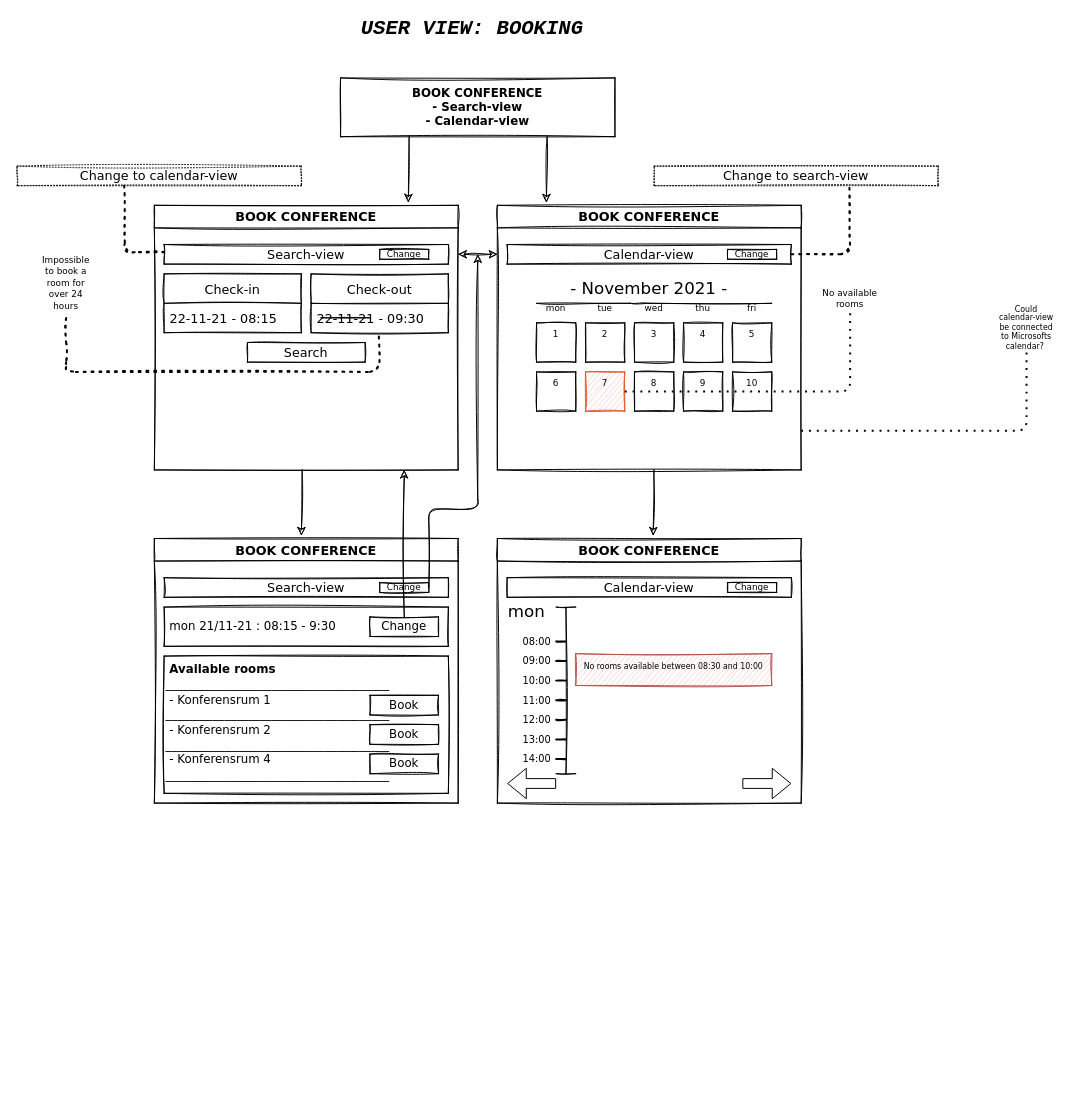
elizaadolfsson/KonferensProjekt_Diagrams keeps this draw.io diagram as Bokningsmeny.drawio. Above is the earlier version. Source tidied: cells renumbered, new cells numbered last; positions are measured from the earlier drawing's top-left corner, leaving out a move shared by most shapes. Both pictures are drawn from the tidied source at 98%, with x=0, y=0 at pixel (17, 19).
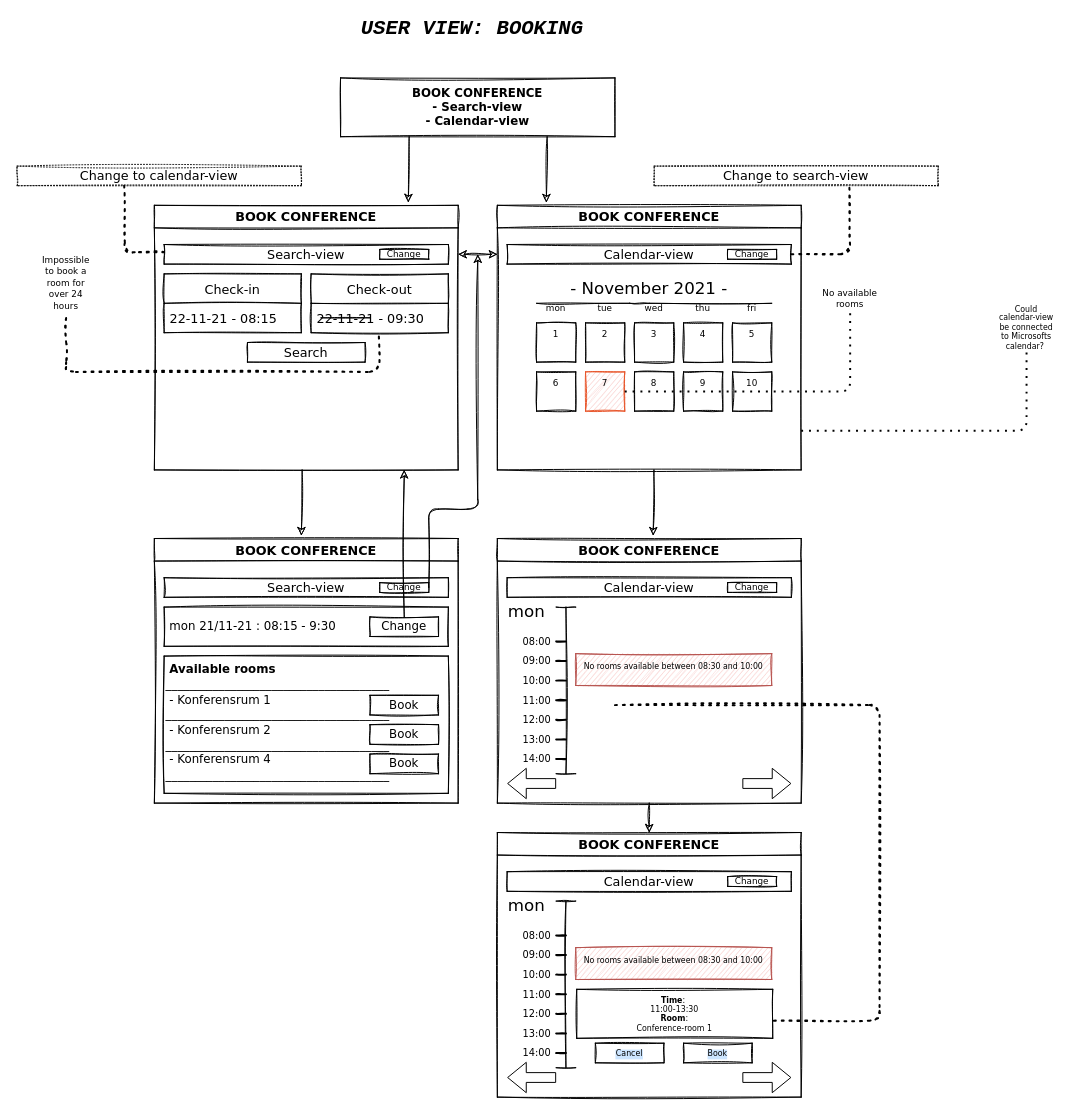
The same diagram, later.

The change refers to these unchanged cells:
```xml
<mxCell id="51" value="BOOK CONFERENCE" style="swimlane;fontFamily=Verdana;fontSize=13;rounded=0;sketch=1;" parent="1" vertex="1">
  <mxGeometry x="490" y="530" width="310" height="270" as="geometry" />
</mxCell>
```

Diff of the diagram source:
```diff
@@
+    <mxCell id="81" value="BOOK CONFERENCE" style="swimlane;fontFamily=Verdana;fontSize=13;rounded=0;sketch=1;" parent="1" vertex="1">
+      <mxGeometry x="490" y="830" width="310" height="270" as="geometry" />
+    </mxCell>
+    <mxCell id="82" value="Calendar-view" style="whiteSpace=wrap;html=1;fontFamily=Verdana;fontSize=13;rounded=0;sketch=1;" parent="81" vertex="1">
+      <mxGeometry x="10" y="40" width="290" height="20" as="geometry" />
+    </mxCell>
+    <mxCell id="83" value="Change" style="rounded=0;whiteSpace=wrap;html=1;sketch=1;fontFamily=Verdana;fontColor=#000000;align=center;verticalAlign=middle;fontSize=9;" parent="81" vertex="1">
+      <mxGeometry x="235" y="45" width="50" height="10" as="geometry" />
+    </mxCell>
+    <mxCell id="84" style="shape=flexArrow;endArrow=classic;html=1;rounded=1;sketch=0;fontFamily=Verdana;fontSize=17;fontColor=#000000;curved=0;" parent="81" edge="1">
+      <mxGeometry relative="1" as="geometry">
+        <mxPoint x="250" y="250" as="sourcePoint" />
+        <mxPoint x="300" y="250" as="targetPoint" />
+      </mxGeometry>
+    </mxCell>
+    <mxCell id="85" style="shape=flexArrow;endArrow=classic;html=1;rounded=1;sketch=0;fontFamily=Verdana;fontSize=17;fontColor=#000000;curved=0;" parent="81" edge="1">
+      <mxGeometry relative="1" as="geometry">
+        <mxPoint x="60" y="250" as="sourcePoint" />
+        <mxPoint x="10" y="250" as="targetPoint" />
+      </mxGeometry>
+    </mxCell>
+    <mxCell id="86" value="mon" style="text;html=1;strokeColor=none;fillColor=none;align=center;verticalAlign=middle;whiteSpace=wrap;rounded=0;sketch=1;fontFamily=Verdana;fontSize=17;fontColor=#000000;" parent="81" vertex="1">
+      <mxGeometry y="60" width="60" height="30" as="geometry" />
+    </mxCell>
+    <mxCell id="87" style="shape=crossbar;whiteSpace=wrap;html=1;rounded=1;direction=south;sketch=1;fontFamily=Verdana;fontSize=17;fontColor=#000000;strokeColor=#000000;fillColor=none;align=center;verticalAlign=top;labelBackgroundColor=none;" parent="81" vertex="1">
+      <mxGeometry x="60" y="70" width="20" height="170" as="geometry" />
+    </mxCell>
+    <mxCell id="88" style="line;strokeWidth=2;html=1;rounded=0;labelBackgroundColor=none;sketch=1;fontFamily=Verdana;fontSize=17;fontColor=#000000;fillColor=none;align=center;verticalAlign=top;fontStyle=0;" parent="81" vertex="1">
+      <mxGeometry x="60" y="100" width="10" height="10" as="geometry" />
+    </mxCell>
+    <mxCell id="89" value="08:00" style="text;strokeColor=none;fillColor=none;html=1;fontSize=10;fontStyle=0;verticalAlign=middle;align=center;rounded=0;labelBackgroundColor=none;sketch=1;fontFamily=Verdana;fontColor=#000000;" parent="81" vertex="1">
+      <mxGeometry x="20" y="97.5" width="40" height="15" as="geometry" />
+    </mxCell>
+    <mxCell id="90" style="line;strokeWidth=2;html=1;rounded=0;labelBackgroundColor=none;sketch=1;fontFamily=Verdana;fontSize=17;fontColor=#000000;fillColor=none;align=center;verticalAlign=top;fontStyle=0;" parent="81" vertex="1">
+      <mxGeometry x="60" y="120" width="10" height="10" as="geometry" />
+    </mxCell>
+    <mxCell id="91" value="09:00" style="text;strokeColor=none;fillColor=none;html=1;fontSize=10;fontStyle=0;verticalAlign=middle;align=center;rounded=0;labelBackgroundColor=none;sketch=1;fontFamily=Verdana;fontColor=#000000;" parent="81" vertex="1">
+      <mxGeometry x="20" y="117.5" width="40" height="15" as="geometry" />
+    </mxCell>
+    <mxCell id="92" style="line;strokeWidth=2;html=1;rounded=0;labelBackgroundColor=none;sketch=1;fontFamily=Verdana;fontSize=17;fontColor=#000000;fillColor=none;align=center;verticalAlign=top;fontStyle=0;" parent="81" vertex="1">
+      <mxGeometry x="60" y="140" width="10" height="10" as="geometry" />
+    </mxCell>
+    <mxCell id="93" style="line;strokeWidth=2;html=1;rounded=0;labelBackgroundColor=none;sketch=1;fontFamily=Verdana;fontSize=17;fontColor=#000000;fillColor=none;align=center;verticalAlign=top;fontStyle=0;" parent="81" vertex="1">
+      <mxGeometry x="60" y="160" width="10" height="10" as="geometry" />
+    </mxCell>
+    <mxCell id="94" style="line;strokeWidth=2;html=1;rounded=0;labelBackgroundColor=none;sketch=1;fontFamily=Verdana;fontSize=17;fontColor=#000000;fillColor=none;align=center;verticalAlign=top;fontStyle=0;" parent="81" vertex="1">
+      <mxGeometry x="60" y="180" width="10" height="10" as="geometry" />
+    </mxCell>
+    <mxCell id="95" style="line;strokeWidth=2;html=1;rounded=0;labelBackgroundColor=none;sketch=1;fontFamily=Verdana;fontSize=17;fontColor=#000000;fillColor=none;align=center;verticalAlign=top;fontStyle=0;" parent="81" vertex="1">
+      <mxGeometry x="60" y="200" width="10" height="10" as="geometry" />
+    </mxCell>
+    <mxCell id="96" style="line;strokeWidth=2;html=1;rounded=0;labelBackgroundColor=none;sketch=1;fontFamily=Verdana;fontSize=17;fontColor=#000000;fillColor=none;align=center;verticalAlign=top;fontStyle=0;" parent="81" vertex="1">
+      <mxGeometry x="60" y="220" width="10" height="10" as="geometry" />
+    </mxCell>
+    <mxCell id="97" value="10:00" style="text;strokeColor=none;fillColor=none;html=1;fontSize=10;fontStyle=0;verticalAlign=middle;align=center;rounded=0;labelBackgroundColor=none;sketch=1;fontFamily=Verdana;fontColor=#000000;" parent="81" vertex="1">
+      <mxGeometry x="20" y="137.5" width="40" height="15" as="geometry" />
+    </mxCell>
+    <mxCell id="98" value="11:00" style="text;strokeColor=none;fillColor=none;html=1;fontSize=10;fontStyle=0;verticalAlign=middle;align=center;rounded=0;labelBackgroundColor=none;sketch=1;fontFamily=Verdana;fontColor=#000000;" parent="81" vertex="1">
+      <mxGeometry x="20" y="157.5" width="40" height="15" as="geometry" />
+    </mxCell>
+    <mxCell id="99" value="12:00" style="text;strokeColor=none;fillColor=none;html=1;fontSize=10;fontStyle=0;verticalAlign=middle;align=center;rounded=0;labelBackgroundColor=none;sketch=1;fontFamily=Verdana;fontColor=#000000;" parent="81" vertex="1">
+      <mxGeometry x="20" y="177.5" width="40" height="15" as="geometry" />
+    </mxCell>
+    <mxCell id="100" value="13:00" style="text;strokeColor=none;fillColor=none;html=1;fontSize=10;fontStyle=0;verticalAlign=middle;align=center;rounded=0;labelBackgroundColor=none;sketch=1;fontFamily=Verdana;fontColor=#000000;" parent="81" vertex="1">
+      <mxGeometry x="20" y="197.5" width="40" height="15" as="geometry" />
+    </mxCell>
+    <mxCell id="101" value="14:00" style="text;strokeColor=none;fillColor=none;html=1;fontSize=10;fontStyle=0;verticalAlign=middle;align=center;rounded=0;labelBackgroundColor=none;sketch=1;fontFamily=Verdana;fontColor=#000000;" parent="81" vertex="1">
+      <mxGeometry x="20" y="217.5" width="40" height="15" as="geometry" />
+    </mxCell>
+    <mxCell id="102" value="&lt;font style=&quot;font-size: 8px&quot;&gt;No rooms available between 08:30 and 10:00&lt;/font&gt;" style="rounded=0;whiteSpace=wrap;html=1;labelBackgroundColor=none;sketch=1;fontFamily=Verdana;fontSize=10;strokeColor=#b85450;fillColor=#f8cecc;align=center;verticalAlign=top;" parent="81" vertex="1">
+      <mxGeometry x="80" y="117.5" width="200" height="32.5" as="geometry" />
+    </mxCell>
+    <mxCell id="103" value="&lt;b&gt;Time&lt;/b&gt;:&amp;nbsp;&lt;br&gt;11:00-13:30&lt;br&gt;&lt;b&gt;Room&lt;/b&gt;:&lt;br&gt;Conference-room 1" style="rounded=0;whiteSpace=wrap;html=1;labelBackgroundColor=none;sketch=1;fontFamily=Verdana;fontSize=8;fontColor=#000000;strokeColor=#000000;fillColor=none;align=center;verticalAlign=top;" parent="81" vertex="1">
+      <mxGeometry x="81" y="160" width="200" height="50" as="geometry" />
+    </mxCell>
+    <mxCell id="104" value="Book" style="rounded=0;whiteSpace=wrap;html=1;labelBackgroundColor=#CCE5FF;sketch=1;fontFamily=Verdana;fontSize=8;fontColor=#000000;strokeColor=#000000;fillColor=none;align=center;verticalAlign=top;" parent="81" vertex="1">
+      <mxGeometry x="190" y="215" width="70" height="20" as="geometry" />
+    </mxCell>
+    <mxCell id="105" value="Cancel" style="rounded=0;whiteSpace=wrap;html=1;labelBackgroundColor=#CCE5FF;sketch=1;fontFamily=Verdana;fontSize=8;fontColor=#000000;strokeColor=#000000;fillColor=none;align=center;verticalAlign=top;" parent="81" vertex="1">
+      <mxGeometry x="100" y="215" width="70" height="20" as="geometry" />
+    </mxCell>
+    <mxCell id="106" style="endArrow=classic;html=1;rounded=1;sketch=1;fontFamily=Verdana;fontSize=8;fontColor=#000000;curved=0;entryX=0.5;entryY=0;entryDx=0;entryDy=0;exitX=0.5;exitY=1;exitDx=0;exitDy=0;" parent="1" edge="1" source="51" target="81">
+      <mxGeometry relative="1" as="geometry" />
+    </mxCell>
+    <mxCell id="107" style="endArrow=none;dashed=1;html=1;dashPattern=1 3;strokeWidth=2;rounded=1;sketch=1;fontFamily=Verdana;fontSize=8;fontColor=#000000;curved=0;entryX=1;entryY=0.64;entryDx=0;entryDy=0;entryPerimeter=0;" parent="1" edge="1" target="103">
+      <mxGeometry relative="1" as="geometry">
+        <mxPoint x="610" y="700" as="sourcePoint" />
+        <Array as="points">
+          <mxPoint x="880" y="700" />
+          <mxPoint x="880" y="1022" />
+        </Array>
+      </mxGeometry>
+    </mxCell>
```
